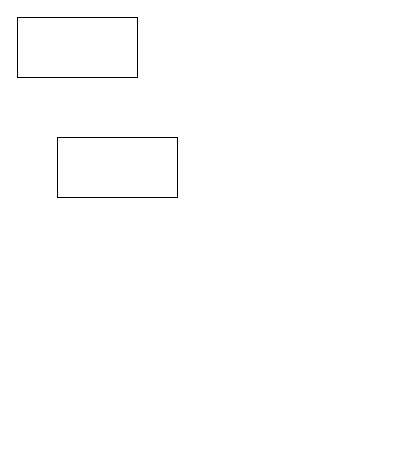
Above: Фомин_Схема_взаимодействия_процессов.drawio in BiB-Si/Proyektirovaniye_IS (draw.io), before the change. Source tidied: cells renumbered, new cells numbered last; positions are measured from the earlier drawing's top-left corner, leaving out a move shared by most shapes. Both pictures are drawn from the tidied source at 100%, with x=0, y=0 at pixel (17, 17).
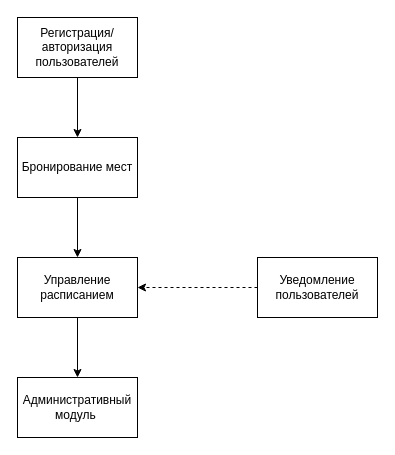
After the change.

Diff of the diagram source:
```diff
@@
 <mxGraphModel>
   <root>
     <mxCell id="0" />
     <mxCell id="1" parent="0" />
-    <mxCell id="2" style="rounded=0;whiteSpace=wrap;html=1;" parent="1" vertex="1">
+    <mxCell id="2" value="Регистрация/авторизация пользователей" style="rounded=0;whiteSpace=wrap;html=1;" parent="1" vertex="1">
       <mxGeometry width="120" height="60" as="geometry" />
     </mxCell>
+    <mxCell id="4" style="edgeStyle=orthogonalEdgeStyle;rounded=0;jettySize=auto;html=1;entryX=0.5;entryY=0;entryDx=0;entryDy=0;" parent="1" edge="1" source="3" target="6">
+      <mxGeometry relative="1" as="geometry" />
+    </mxCell>
-    <mxCell id="3" style="rounded=0;whiteSpace=wrap;html=1;" parent="1" vertex="1">
-      <mxGeometry x="40" y="120" width="120" height="60" as="geometry" />
+    <mxCell id="3" value="Бронирование мест" style="rounded=0;whiteSpace=wrap;html=1;" parent="1" vertex="1">
+      <mxGeometry y="120" width="120" height="60" as="geometry" />
     </mxCell>
+    <mxCell id="5" style="edgeStyle=orthogonalEdgeStyle;rounded=0;jettySize=auto;html=1;exitX=0.5;exitY=1;exitDx=0;exitDy=0;entryX=0.5;entryY=0;entryDx=0;entryDy=0;" parent="1" edge="1" source="6" target="9">
+      <mxGeometry relative="1" as="geometry" />
+    </mxCell>
+    <mxCell id="6" value="Управление расписанием" style="rounded=0;whiteSpace=wrap;html=1;" parent="1" vertex="1">
+      <mxGeometry y="240" width="120" height="60" as="geometry" />
+    </mxCell>
+    <mxCell id="7" style="edgeStyle=orthogonalEdgeStyle;rounded=0;jettySize=auto;html=1;exitX=0;exitY=0.5;exitDx=0;exitDy=0;entryX=1;entryY=0.5;entryDx=0;entryDy=0;dashed=1;" parent="1" edge="1" source="8" target="6">
+      <mxGeometry relative="1" as="geometry" />
+    </mxCell>
+    <mxCell id="8" value="Уведомление пользователей" style="rounded=0;whiteSpace=wrap;html=1;" parent="1" vertex="1">
+      <mxGeometry x="240" y="240" width="120" height="60" as="geometry" />
+    </mxCell>
+    <mxCell id="9" value="Административный модуль&amp;nbsp;" style="rounded=0;whiteSpace=wrap;html=1;" parent="1" vertex="1">
+      <mxGeometry y="360" width="120" height="60" as="geometry" />
+    </mxCell>
+    <mxCell id="10" style="endArrow=classic;html=1;rounded=0;exitX=0.5;exitY=1;exitDx=0;exitDy=0;entryX=0.5;entryY=0;entryDx=0;entryDy=0;" parent="1" edge="1" source="2" target="3">
+      <mxGeometry relative="1" as="geometry" />
+    </mxCell>
   </root>
 </mxGraphModel>
```
